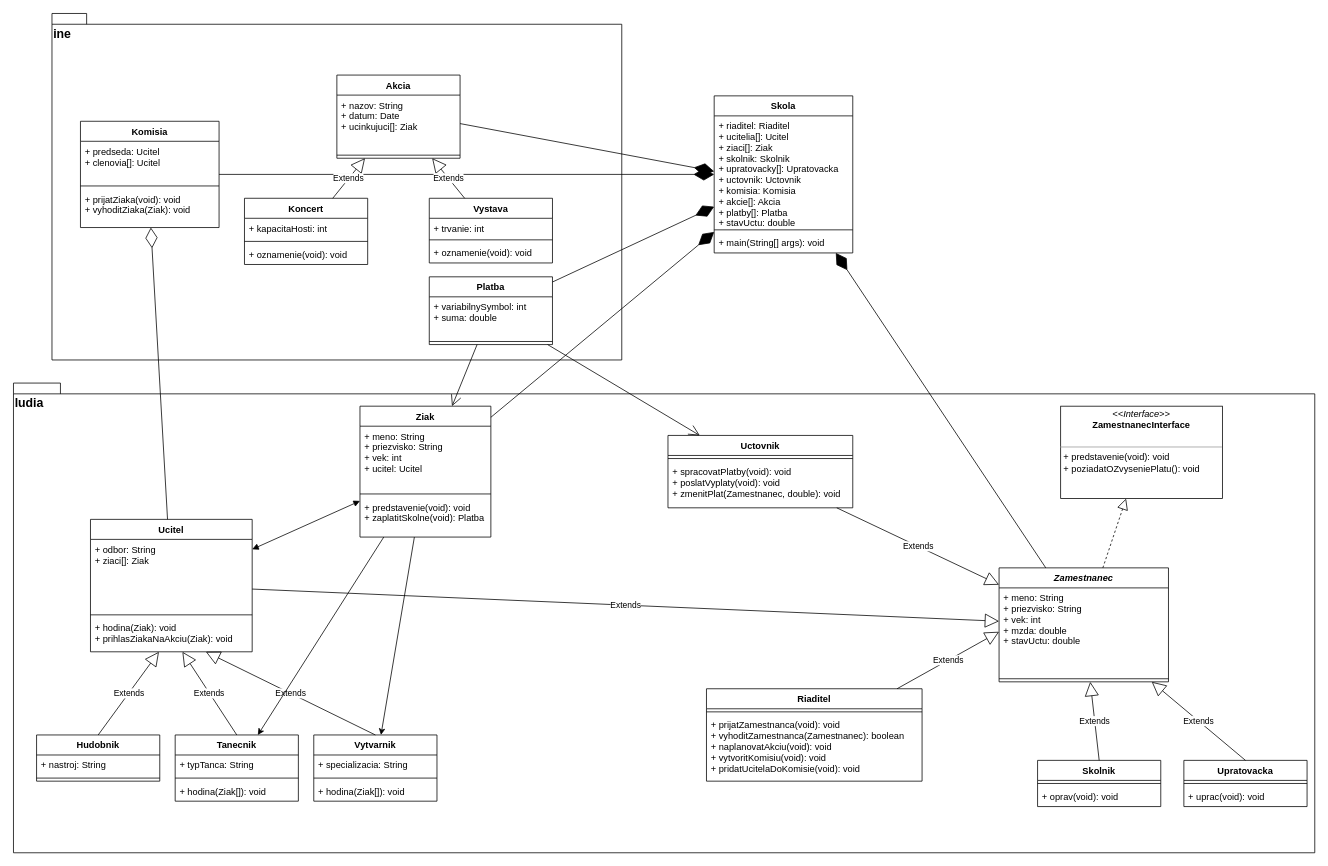
Earlier version of the draw.io diagram Untitled Diagram.drawio (okmada123/draw.io). Source tidied: cells renumbered, new cells numbered last; positions are measured from the earlier drawing's top-left corner, leaving out a move shared by most shapes. Both pictures are drawn from the tidied source at 77%, with x=0, y=0 at pixel (13, 13).
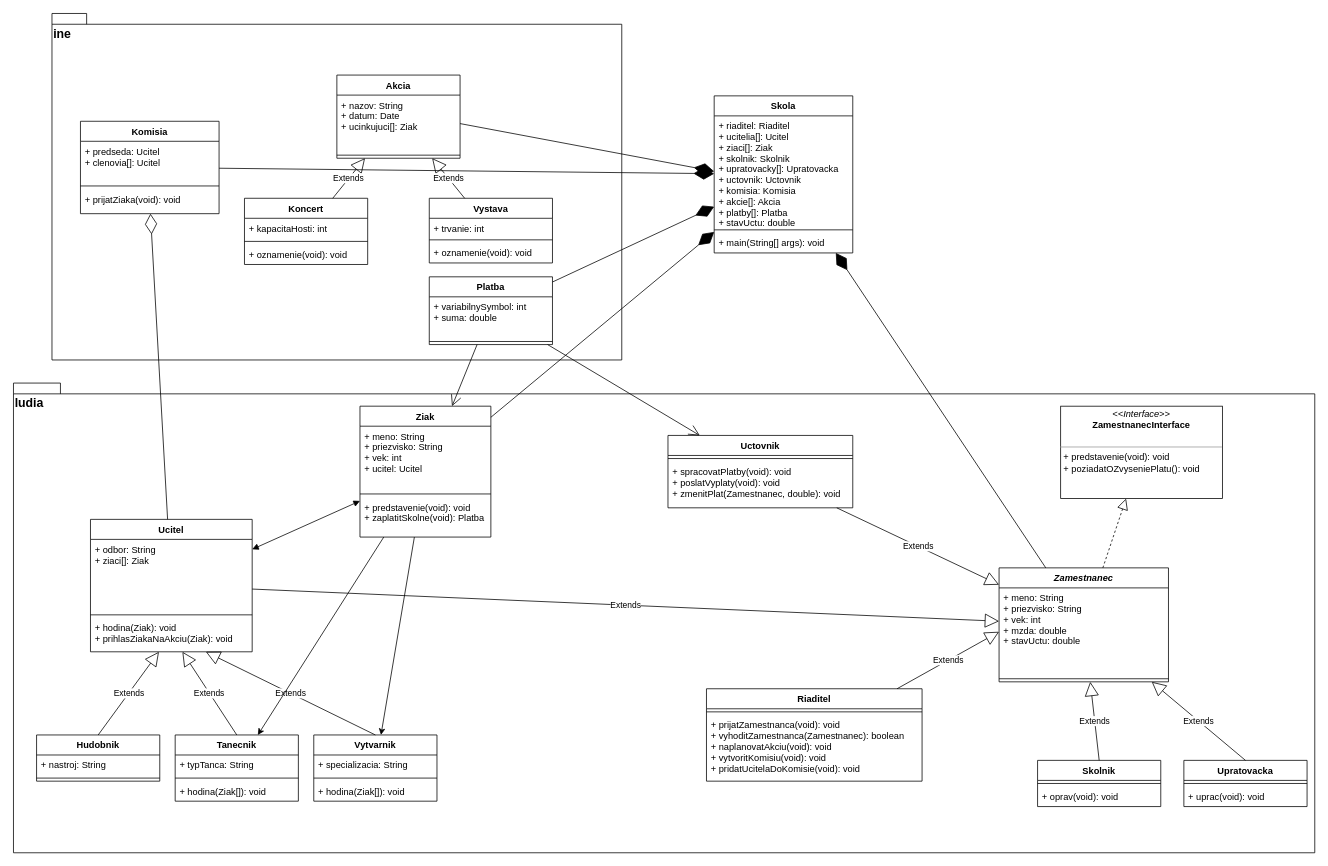
After the change.

The edit, as a diff of the source:
```diff
@@
     <mxCell id="36" value="Komisia" style="swimlane;fontStyle=1;align=center;verticalAlign=top;horizontal=1;startSize=26;" parent="1" vertex="1">
-      <mxGeometry x="87" y="140" width="180" height="138" as="geometry" />
+      <mxGeometry x="87" y="140" width="180" height="120" as="geometry" />
     </mxCell>
@@
-    <mxCell id="39" value="+ prijatZiaka(void): void&#10;+ vyhoditZiaka(Ziak): void" style="text;strokeColor=none;fillColor=none;align=left;verticalAlign=top;spacingLeft=4;spacingRight=4;overflow=hidden;points=[[0,0.5],[1,0.5]];portConstraint=eastwest;" parent="36" vertex="1">
-      <mxGeometry y="88" width="180" height="50" as="geometry" />
+    <mxCell id="39" value="+ prijatZiaka(void): void" style="text;strokeColor=none;fillColor=none;align=left;verticalAlign=top;spacingLeft=4;spacingRight=4;overflow=hidden;points=[[0,0.5],[1,0.5]];portConstraint=eastwest;" parent="36" vertex="1">
+      <mxGeometry y="88" width="180" height="32" as="geometry" />
     </mxCell>
```
